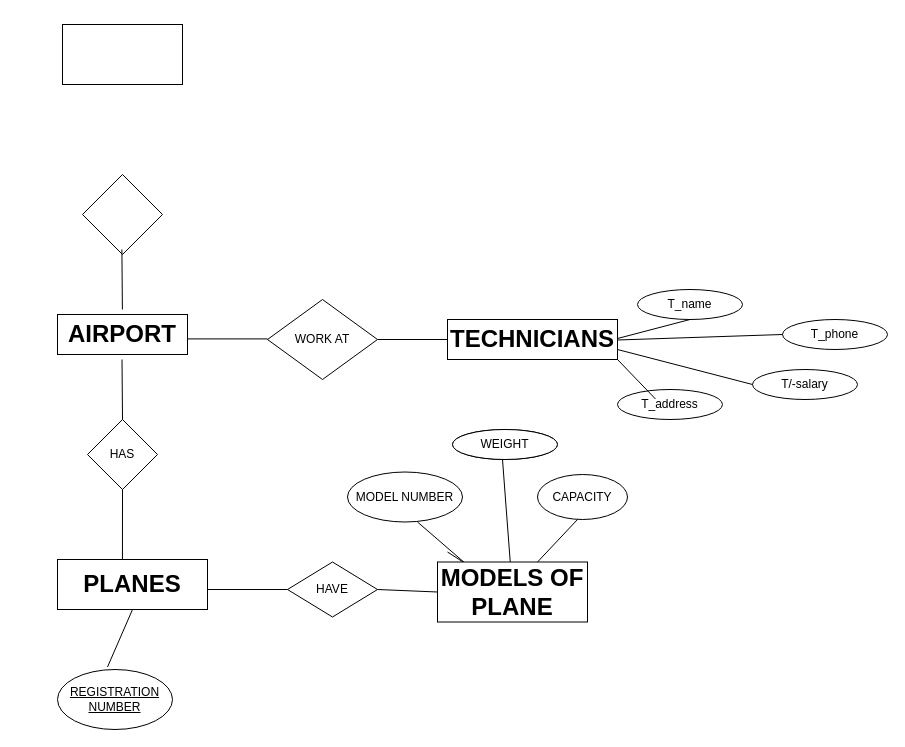
Above: page "Page-1" (1 of 2) of Untitled Diagram.drawio in SwastiShankhdhar/SwastiShankhdhar (draw.io), before the change. Source tidied: cells renumbered, new cells numbered last; positions are measured from the earlier drawing's top-left corner, leaving out a move shared by most shapes. Both pictures are drawn from the tidied source at 100%, with x=0, y=0 at pixel (57, 24).
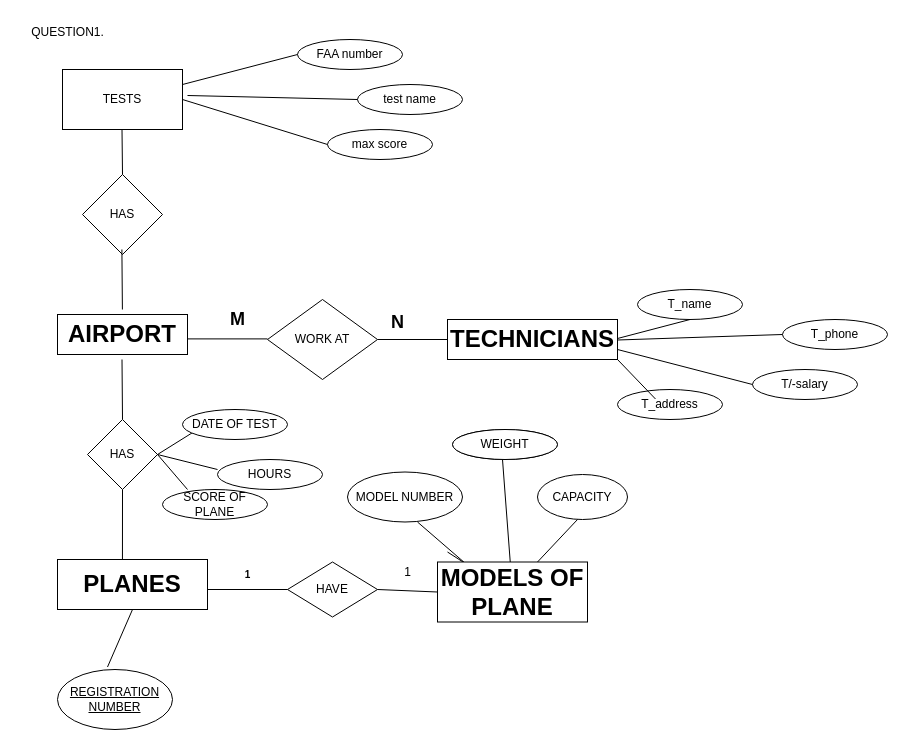
The same page after the edit.

Unchanged cells that the change refers to:
```xml
<mxCell id="4" value="HAS" style="rhombus;whiteSpace=wrap;html=1;" parent="1" vertex="1">
  <mxGeometry x="30" y="395" width="70" height="70" as="geometry" />
</mxCell>
```

Diff of the diagram source:
```diff
@@
-    <mxCell id="34" style="rhombus;whiteSpace=wrap;html=1;rounded=0;" parent="1" vertex="1">
+    <mxCell id="34" value="HAS" style="rhombus;whiteSpace=wrap;html=1;rounded=0;" parent="1" vertex="1">
       <mxGeometry x="25" y="150" width="80" height="80" as="geometry" />
     </mxCell>
-    <mxCell id="35" style="whiteSpace=wrap;html=1;rounded=0;" parent="1" vertex="1">
-      <mxGeometry x="5" width="120" height="60" as="geometry" />
+    <mxCell id="35" value="TESTS" style="whiteSpace=wrap;html=1;rounded=0;" parent="1" vertex="1">
+      <mxGeometry x="5" y="45" width="120" height="60" as="geometry" />
     </mxCell>
@@
+    <mxCell id="37" value="QUESTION1." style="text;html=1;align=center;verticalAlign=middle;strokeColor=none;fillColor=none;" parent="1" vertex="1">
+      <mxGeometry x="-40" y="-7" width="100" height="30" as="geometry" />
+    </mxCell>
+    <mxCell id="38" style="endArrow=none;html=1;rounded=0;exitX=0.5;exitY=0;exitDx=0;exitDy=0;" parent="1" edge="1" source="34">
+      <mxGeometry relative="1" as="geometry">
+        <mxPoint x="64.5" y="105" as="targetPoint" />
+      </mxGeometry>
+    </mxCell>
+    <mxCell id="39" value="FAA number" style="ellipse;whiteSpace=wrap;html=1;" parent="1" vertex="1">
+      <mxGeometry x="240" y="15" width="105" height="30" as="geometry" />
+    </mxCell>
+    <mxCell id="40" value="test name" style="ellipse;whiteSpace=wrap;html=1;" parent="1" vertex="1">
+      <mxGeometry x="300" y="60" width="105" height="30" as="geometry" />
+    </mxCell>
+    <mxCell id="41" value="max score" style="ellipse;whiteSpace=wrap;html=1;" parent="1" vertex="1">
+      <mxGeometry x="270" y="105" width="105" height="30" as="geometry" />
+    </mxCell>
+    <mxCell id="42" style="endArrow=none;html=1;rounded=0;exitX=0;exitY=0.5;exitDx=0;exitDy=0;entryX=1;entryY=0.25;entryDx=0;entryDy=0;" parent="1" edge="1" source="39" target="35">
+      <mxGeometry relative="1" as="geometry" />
+    </mxCell>
+    <mxCell id="43" style="endArrow=none;html=1;rounded=0;exitX=0;exitY=0.5;exitDx=0;exitDy=0;" parent="1" edge="1" source="40">
+      <mxGeometry relative="1" as="geometry">
+        <mxPoint x="130" y="71" as="targetPoint" />
+      </mxGeometry>
+    </mxCell>
+    <mxCell id="44" style="endArrow=none;html=1;rounded=0;exitX=0;exitY=0.5;exitDx=0;exitDy=0;entryX=1;entryY=0.5;entryDx=0;entryDy=0;" parent="1" edge="1" source="41" target="35">
+      <mxGeometry relative="1" as="geometry" />
+    </mxCell>
+    <mxCell id="45" value="&lt;h2&gt;&lt;font size=&quot;1&quot;&gt;1&lt;/font&gt;&lt;/h2&gt;" style="text;html=1;align=center;verticalAlign=middle;strokeColor=none;fillColor=none;" parent="1" vertex="1">
+      <mxGeometry x="175" y="518" width="30" height="60" as="geometry" />
+    </mxCell>
+    <mxCell id="46" value="1" style="text;html=1;align=center;verticalAlign=middle;strokeColor=none;fillColor=none;" parent="1" vertex="1">
+      <mxGeometry x="335" y="533" width="30" height="30" as="geometry" />
+    </mxCell>
+    <mxCell id="47" value="&lt;h2&gt;M&lt;/h2&gt;" style="text;html=1;align=center;verticalAlign=middle;strokeColor=none;fillColor=none;" parent="1" vertex="1">
+      <mxGeometry x="160" y="265" width="40" height="60" as="geometry" />
+    </mxCell>
+    <mxCell id="48" value="&lt;h2&gt;N&lt;/h2&gt;" style="text;html=1;align=center;verticalAlign=middle;strokeColor=none;fillColor=none;" parent="1" vertex="1">
+      <mxGeometry x="320" y="268" width="40" height="60" as="geometry" />
+    </mxCell>
+    <mxCell id="49" style="endArrow=none;html=1;rounded=0;exitX=1;exitY=0.5;exitDx=0;exitDy=0;" parent="1" edge="1" source="4">
+      <mxGeometry relative="1" as="geometry">
+        <mxPoint x="140" y="405" as="targetPoint" />
+      </mxGeometry>
+    </mxCell>
+    <mxCell id="50" style="endArrow=none;html=1;rounded=0;exitX=1;exitY=0.5;exitDx=0;exitDy=0;" parent="1" edge="1" source="4">
+      <mxGeometry relative="1" as="geometry">
+        <mxPoint x="160" y="445" as="targetPoint" />
+      </mxGeometry>
+    </mxCell>
+    <mxCell id="51" style="endArrow=none;html=1;rounded=0;exitX=1;exitY=0.5;exitDx=0;exitDy=0;" parent="1" edge="1" source="4">
+      <mxGeometry relative="1" as="geometry">
+        <mxPoint x="130" y="465" as="targetPoint" />
+      </mxGeometry>
+    </mxCell>
+    <mxCell id="52" value="DATE OF TEST" style="ellipse;whiteSpace=wrap;html=1;" parent="1" vertex="1">
+      <mxGeometry x="125" y="385" width="105" height="30" as="geometry" />
+    </mxCell>
+    <mxCell id="53" value="HOURS" style="ellipse;whiteSpace=wrap;html=1;" parent="1" vertex="1">
+      <mxGeometry x="160" y="435" width="105" height="30" as="geometry" />
+    </mxCell>
+    <mxCell id="54" value="SCORE OF PLANE" style="ellipse;whiteSpace=wrap;html=1;" parent="1" vertex="1">
+      <mxGeometry x="105" y="465" width="105" height="30" as="geometry" />
+    </mxCell>
```
